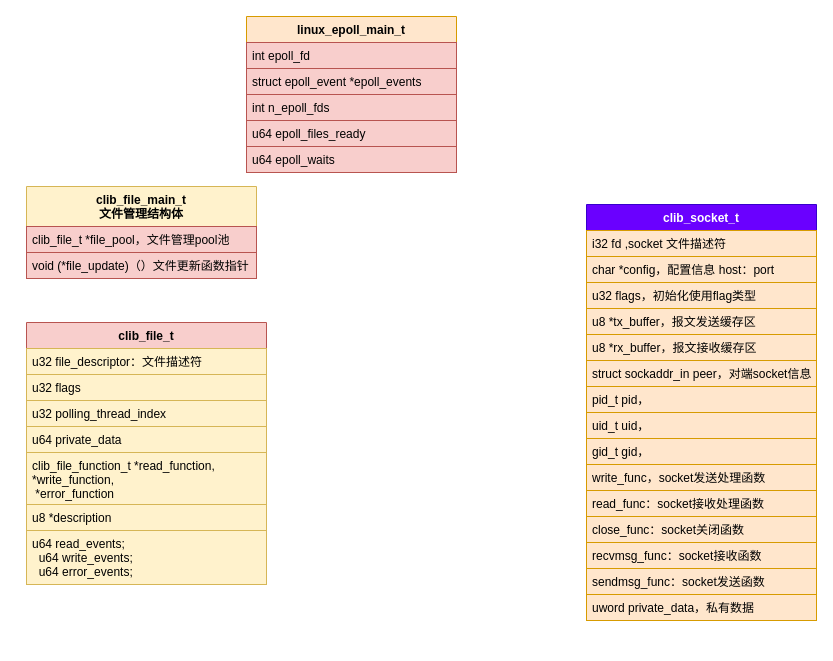
The draw.io diagram new_map/vppinfra_socket.drawio in jin13417/dpdk-vpp-learning, before the edit. Source tidied: cells renumbered, new cells numbered last; positions are measured from the earlier drawing's top-left corner, leaving out a move shared by most shapes. Both pictures are drawn from the tidied source at 100%, with x=0, y=0 at pixel (26, 16).
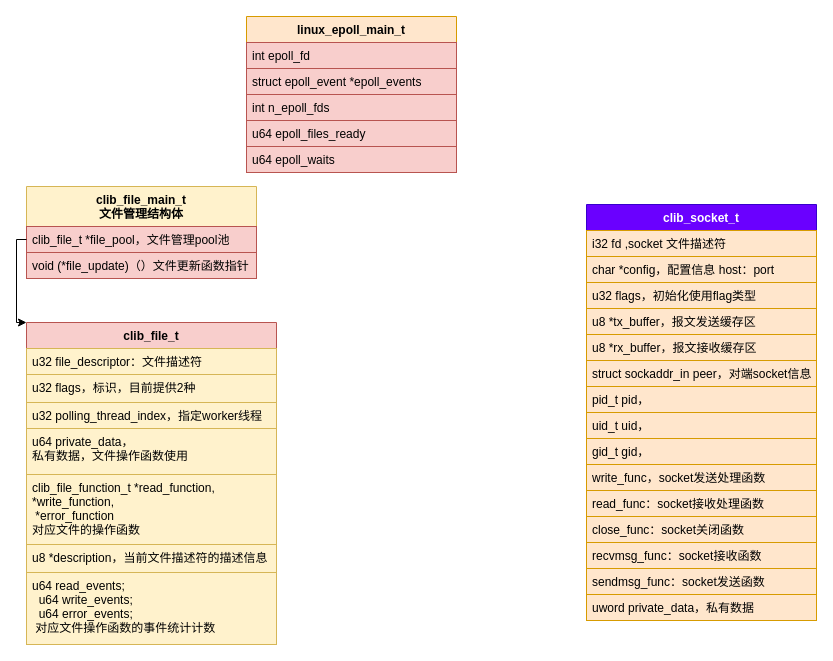
The same diagram, later.

The change refers to these unchanged cells:
```xml
<mxCell id="25" value="clib_file_t *file_pool，文件管理pool池" style="text;strokeColor=#b85450;fillColor=#f8cecc;align=left;verticalAlign=top;spacingLeft=4;spacingRight=4;overflow=hidden;points=[[0,0.5],[1,0.5]];portConstraint=eastwest;" parent="24" vertex="1">
  <mxGeometry y="40" width="230" height="26" as="geometry" />
</mxCell>
```

What changed in the source:
```diff
@@
     <mxCell id="27" value="clib_file_t" style="swimlane;fontStyle=1;align=center;verticalAlign=top;horizontal=1;startSize=26;strokeColor=#b85450;fillColor=#f8cecc;" parent="1" vertex="1">
-      <mxGeometry y="306" width="240" height="262" as="geometry" />
+      <mxGeometry y="306" width="250" height="322" as="geometry" />
     </mxCell>
     <mxCell id="28" value="u32 file_descriptor：文件描述符" style="text;strokeColor=#d6b656;fillColor=#fff2cc;align=left;verticalAlign=top;spacingLeft=4;spacingRight=4;overflow=hidden;" parent="27" vertex="1">
-      <mxGeometry y="26" width="240" height="26" as="geometry" />
+      <mxGeometry y="26" width="250" height="26" as="geometry" />
     </mxCell>
-    <mxCell id="29" value="u32 flags" style="text;strokeColor=#d6b656;fillColor=#fff2cc;align=left;verticalAlign=top;spacingLeft=4;spacingRight=4;overflow=hidden;" parent="27" vertex="1">
-      <mxGeometry y="52" width="240" height="26" as="geometry" />
+    <mxCell id="29" value="u32 flags，标识，目前提供2种" style="text;strokeColor=#d6b656;fillColor=#fff2cc;align=left;verticalAlign=top;spacingLeft=4;spacingRight=4;overflow=hidden;" parent="27" vertex="1">
+      <mxGeometry y="52" width="250" height="28" as="geometry" />
     </mxCell>
-    <mxCell id="30" value="u32 polling_thread_index" style="text;fillColor=#fff2cc;align=left;verticalAlign=top;spacingLeft=4;spacingRight=4;overflow=hidden;strokeColor=#d6b656;" parent="27" vertex="1">
-      <mxGeometry y="78" width="240" height="26" as="geometry" />
+    <mxCell id="30" value="u32 polling_thread_index，指定worker线程" style="text;fillColor=#fff2cc;align=left;verticalAlign=top;spacingLeft=4;spacingRight=4;overflow=hidden;strokeColor=#d6b656;" parent="27" vertex="1">
+      <mxGeometry y="80" width="250" height="26" as="geometry" />
     </mxCell>
-    <mxCell id="31" value="u64 private_data" style="text;fillColor=#fff2cc;align=left;verticalAlign=top;spacingLeft=4;spacingRight=4;overflow=hidden;strokeColor=#d6b656;" parent="27" vertex="1">
-      <mxGeometry y="104" width="240" height="26" as="geometry" />
+    <mxCell id="31" value="u64 private_data，&#10;私有数据，文件操作函数使用" style="text;fillColor=#fff2cc;align=left;verticalAlign=top;spacingLeft=4;spacingRight=4;overflow=hidden;strokeColor=#d6b656;" parent="27" vertex="1">
+      <mxGeometry y="106" width="250" height="46" as="geometry" />
     </mxCell>
-    <mxCell id="32" value="clib_file_function_t *read_function, &#10;*write_function,&#10; *error_function" style="text;fillColor=#fff2cc;align=left;verticalAlign=top;spacingLeft=4;spacingRight=4;overflow=hidden;strokeColor=#d6b656;" parent="27" vertex="1">
-      <mxGeometry y="130" width="240" height="52" as="geometry" />
+    <mxCell id="32" value="clib_file_function_t *read_function, &#10;*write_function,&#10; *error_function&#10;对应文件的操作函数" style="text;fillColor=#fff2cc;align=left;verticalAlign=top;spacingLeft=4;spacingRight=4;overflow=hidden;strokeColor=#d6b656;" parent="27" vertex="1">
+      <mxGeometry y="152" width="250" height="70" as="geometry" />
     </mxCell>
-    <mxCell id="33" value="u8 *description" style="text;fillColor=#fff2cc;align=left;verticalAlign=top;spacingLeft=4;spacingRight=4;overflow=hidden;strokeColor=#d6b656;" parent="27" vertex="1">
-      <mxGeometry y="182" width="240" height="26" as="geometry" />
+    <mxCell id="33" value="u8 *description，当前文件描述符的描述信息" style="text;fillColor=#fff2cc;align=left;verticalAlign=top;spacingLeft=4;spacingRight=4;overflow=hidden;strokeColor=#d6b656;" parent="27" vertex="1">
+      <mxGeometry y="222" width="250" height="28" as="geometry" />
     </mxCell>
-    <mxCell id="34" value="u64 read_events;&#10;  u64 write_events;&#10;  u64 error_events;" style="text;fillColor=#fff2cc;align=left;verticalAlign=top;spacingLeft=4;spacingRight=4;overflow=hidden;strokeColor=#d6b656;" parent="27" vertex="1">
-      <mxGeometry y="208" width="240" height="54" as="geometry" />
+    <mxCell id="34" value="u64 read_events;&#10;  u64 write_events;&#10;  u64 error_events;&#10; 对应文件操作函数的事件统计计数" style="text;fillColor=#fff2cc;align=left;verticalAlign=top;spacingLeft=4;spacingRight=4;overflow=hidden;strokeColor=#d6b656;" parent="27" vertex="1">
+      <mxGeometry y="250" width="250" height="72" as="geometry" />
     </mxCell>
+    <mxCell id="35" style="edgeStyle=orthogonalEdgeStyle;rounded=0;jettySize=auto;html=1;exitX=0;exitY=0.5;exitDx=0;exitDy=0;entryX=0;entryY=0;entryDx=0;entryDy=0;" parent="1" edge="1" source="25" target="27">
+      <mxGeometry relative="1" as="geometry">
+        <Array as="points">
+          <mxPoint x="-10" y="223" />
+          <mxPoint x="-10" y="306" />
+        </Array>
+      </mxGeometry>
+    </mxCell>
```
